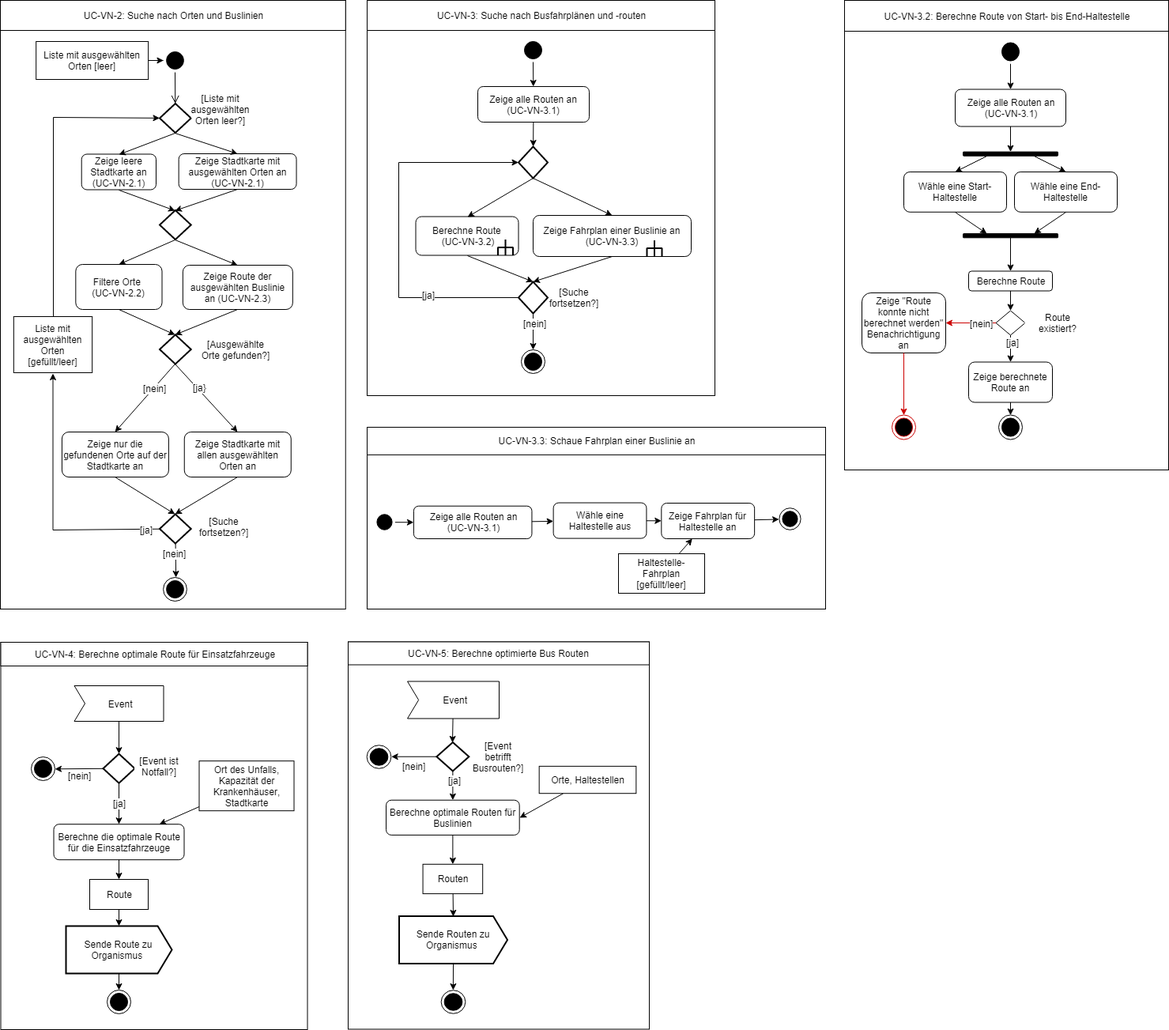
Above: Documentation/Activity Diagrams/Activity-Diagram_general.png in mif-sge/verkehr (draw.io), before the change. Source tidied: cells renumbered, new cells last; positions are measured from the earlier drawing's top-left corner, leaving out a move shared by most shapes.
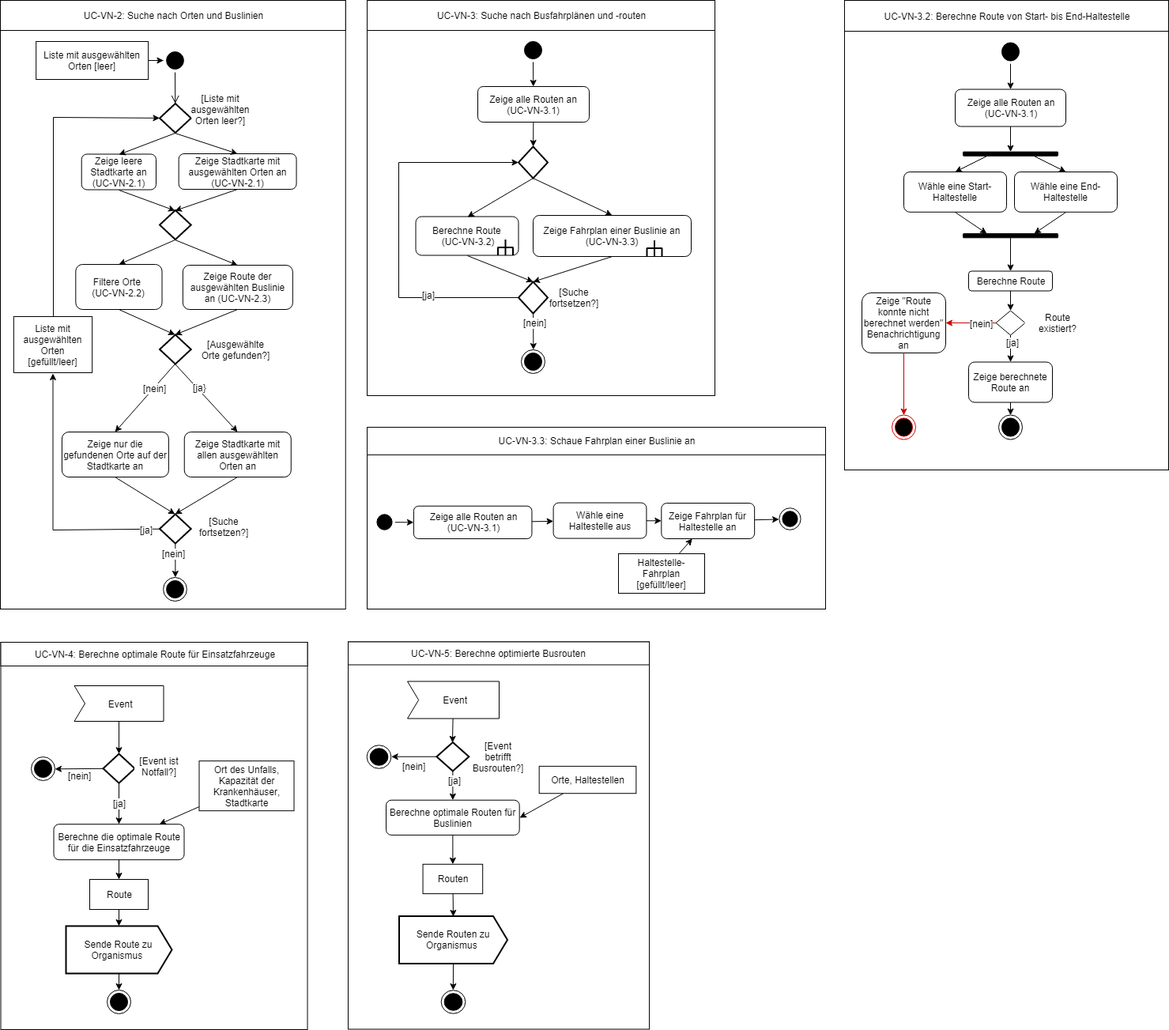
After the commit.

The edit, as a diff of the source:
```diff
@@ -249,7 +249,7 @@
     <mxCell id="63" style="rounded=0;whiteSpace=wrap;html=1;" parent="62" vertex="1">
       <mxGeometry x="1" width="381" height="490" as="geometry" />
     </mxCell>
-    <mxCell id="64" value="&lt;span lang=&quot;en&quot;&gt;UC-VN-5: Berechne optimierte Bus Routen&lt;/span&gt;&lt;br&gt;" style="rounded=0;whiteSpace=wrap;html=1;" parent="62" vertex="1">
+    <mxCell id="64" value="&lt;span lang=&quot;en&quot;&gt;UC-VN-5: Berechne optimierte Busrouten&lt;/span&gt;&lt;br&gt;" style="rounded=0;whiteSpace=wrap;html=1;" parent="62" vertex="1">
       <mxGeometry x="1" width="381" height="29" as="geometry" />
     </mxCell>
     <mxCell id="65" style="ellipse;html=1;shape=endState;fillColor=#000000;strokeColor=#000000;rounded=1;" parent="62" vertex="1">
```
